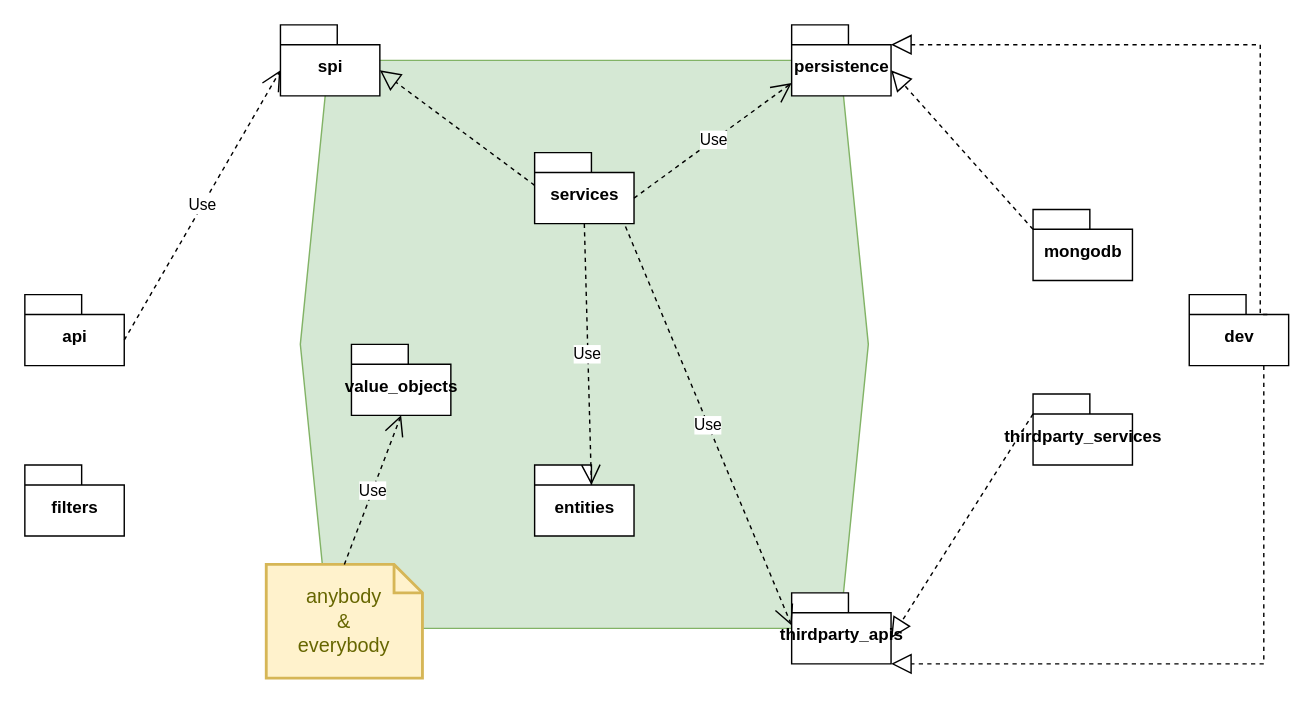
Before: beuawg/PackagesArchitecture.drawio in Squoss/Fixadat, a draw.io diagram. Source tidied: cells renumbered, new cells numbered last; positions are measured from the earlier drawing's top-left corner, leaving out a move shared by most shapes. Both pictures are drawn from the tidied source at 142%, with x=0, y=0 at pixel (24, 24).
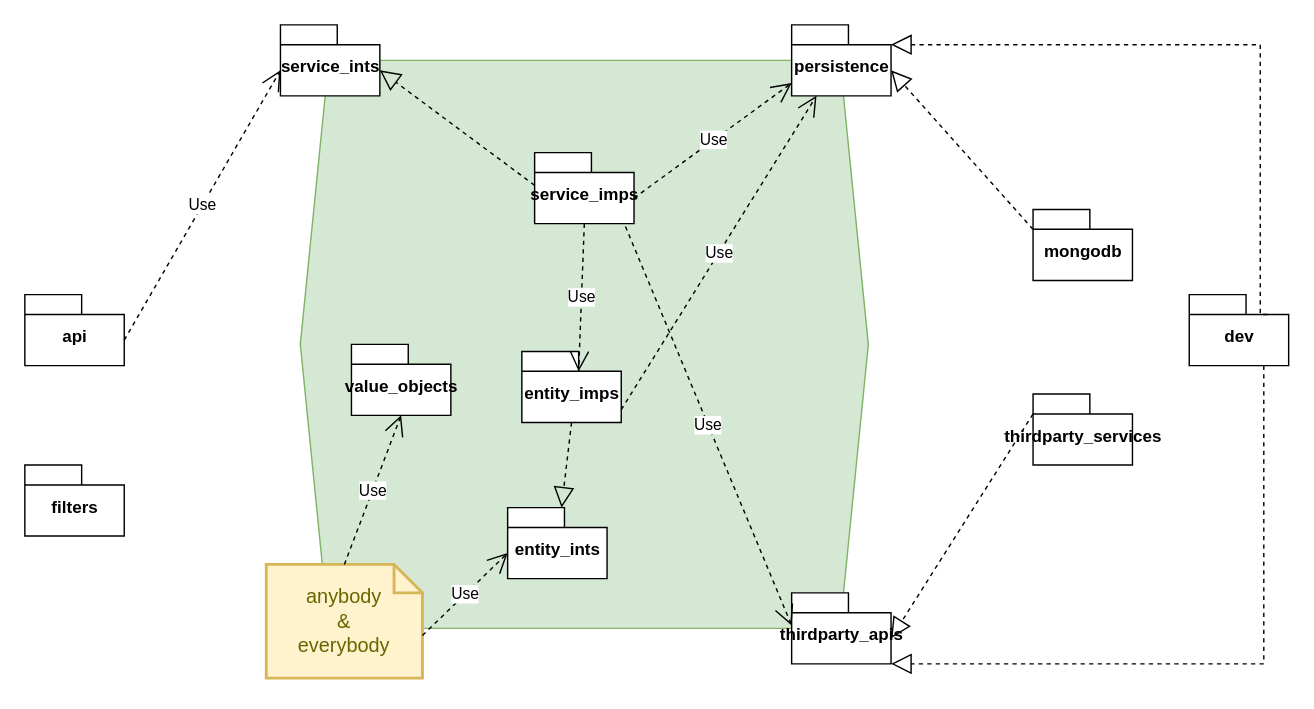
Above is the later version.

The change refers to these unchanged cells:
```xml
<mxCell id="10" value="persistence" style="shape=folder;fontStyle=1;spacingTop=10;tabWidth=40;tabHeight=14;tabPosition=left;html=1;" parent="1" vertex="1">
  <mxGeometry x="540" width="70" height="50" as="geometry" />
</mxCell>
<mxCell id="19" value="&lt;div&gt;anybody&lt;/div&gt;&lt;div&gt;&amp;amp;&lt;/div&gt;&lt;div&gt;everybody&lt;br&gt;&lt;/div&gt;" style="shape=note;strokeWidth=2;fontSize=14;size=20;whiteSpace=wrap;html=1;fillColor=#fff2cc;strokeColor=#d6b656;fontColor=#666600;" parent="1" vertex="1">
  <mxGeometry x="170" y="380" width="110" height="80" as="geometry" />
</mxCell>
```

The edit, as a diff of the source:
```diff
@@
-    <mxCell id="4" value="spi" style="shape=folder;fontStyle=1;spacingTop=10;tabWidth=40;tabHeight=14;tabPosition=left;html=1;" parent="1" vertex="1">
+    <mxCell id="4" value="service_ints" style="shape=folder;fontStyle=1;spacingTop=10;tabWidth=40;tabHeight=14;tabPosition=left;html=1;" parent="1" vertex="1">
       <mxGeometry x="180" width="70" height="50" as="geometry" />
     </mxCell>
@@
-    <mxCell id="6" value="services" style="shape=folder;fontStyle=1;spacingTop=10;tabWidth=40;tabHeight=14;tabPosition=left;html=1;" parent="1" vertex="1">
+    <mxCell id="6" value="service_imps" style="shape=folder;fontStyle=1;spacingTop=10;tabWidth=40;tabHeight=14;tabPosition=left;html=1;" parent="1" vertex="1">
       <mxGeometry x="359" y="90" width="70" height="50" as="geometry" />
     </mxCell>
-    <mxCell id="7" value="&lt;div&gt;entities&lt;/div&gt;" style="shape=folder;fontStyle=1;spacingTop=10;tabWidth=40;tabHeight=14;tabPosition=left;html=1;" parent="1" vertex="1">
-      <mxGeometry x="359" y="310" width="70" height="50" as="geometry" />
+    <mxCell id="7" value="entity_imps" style="shape=folder;fontStyle=1;spacingTop=10;tabWidth=40;tabHeight=14;tabPosition=left;html=1;" parent="1" vertex="1">
+      <mxGeometry x="350" y="230" width="70" height="50" as="geometry" />
     </mxCell>
@@
+    <mxCell id="25" value="&lt;div&gt;entity_ints&lt;/div&gt;" style="shape=folder;fontStyle=1;spacingTop=10;tabWidth=40;tabHeight=14;tabPosition=left;html=1;" parent="1" vertex="1">
+      <mxGeometry x="340" y="340" width="70" height="50" as="geometry" />
+    </mxCell>
+    <mxCell id="26" value="Use" style="endArrow=open;endSize=12;dashed=1;html=1;exitX=0;exitY=0;exitDx=110.00000000000001;exitDy=50;exitPerimeter=0;entryX=0;entryY=0;entryDx=0;entryDy=32;entryPerimeter=0;" parent="1" edge="1" source="19" target="25">
+      <mxGeometry relative="1" as="geometry" />
+    </mxCell>
+    <mxCell id="27" style="endArrow=block;dashed=1;endFill=0;endSize=12;html=1;exitX=0.5;exitY=1;exitDx=0;exitDy=0;exitPerimeter=0;" parent="1" edge="1" source="7" target="25">
+      <mxGeometry relative="1" as="geometry" />
+    </mxCell>
+    <mxCell id="28" value="Use" style="endArrow=open;endSize=12;dashed=1;html=1;exitX=0;exitY=0;exitDx=70;exitDy=41;exitPerimeter=0;entryX=0.25;entryY=1;entryDx=0;entryDy=0;entryPerimeter=0;" parent="1" edge="1" source="7" target="10">
+      <mxGeometry relative="1" as="geometry" />
+    </mxCell>
```
